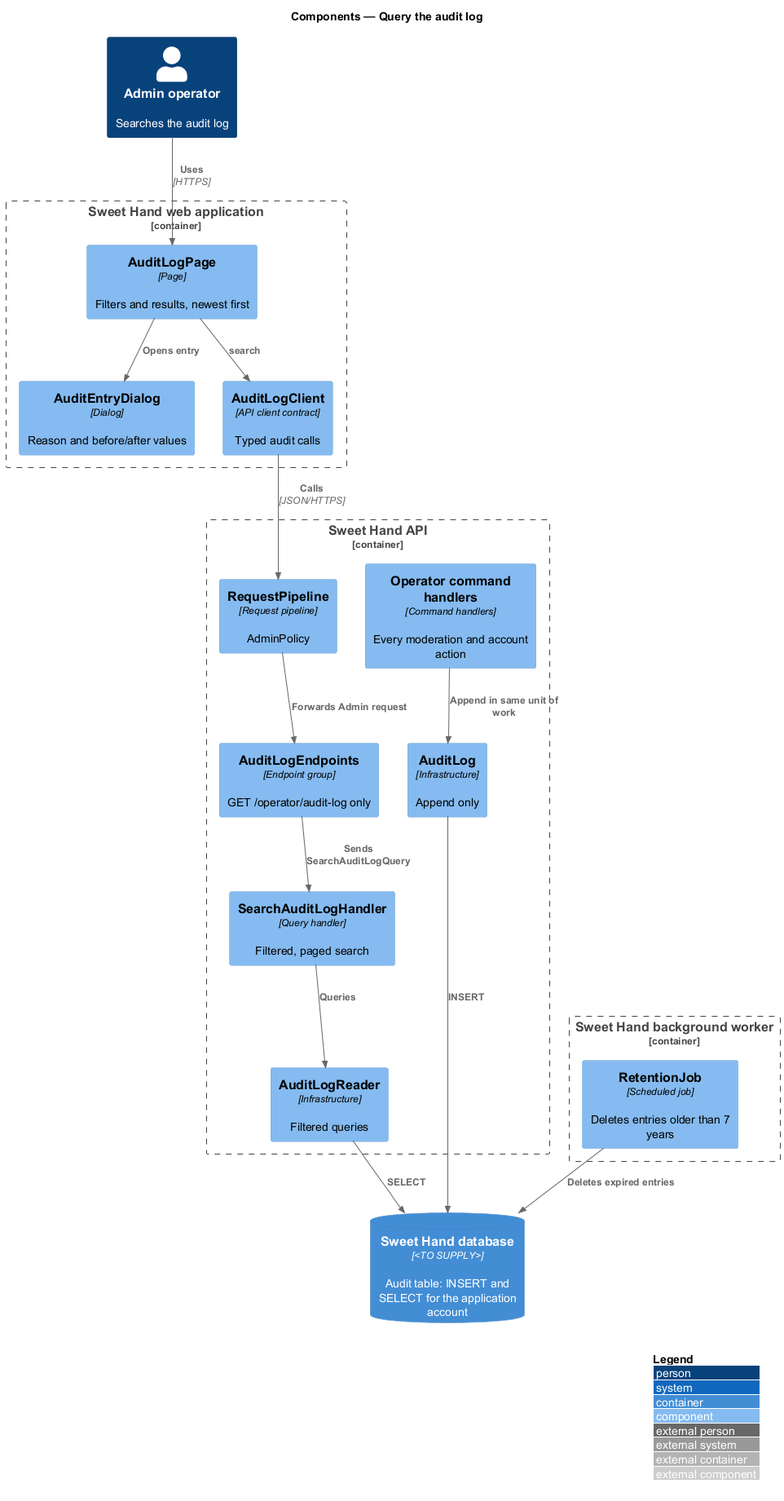
The PlantUML diagram docs/detailed-designs/moderation/query-audit-log/diagrams/c4-component.png in QuinntyneBrown/sweet-hand, before a commit. Its diagram source:
```plantuml
@startuml
!include <C4/C4_Component>
LAYOUT_WITH_LEGEND()
title Components — Query the audit log

Person(admin, "Admin operator", "Searches the audit log")
Container_Boundary(web, "Sweet Hand web application") {
  Component(page, "AuditLogPage", "Page", "Filters and results, newest first")
  Component(dialog, "AuditEntryDialog", "Dialog", "Reason and before/after values")
  Component(client, "AuditLogClient", "API client contract", "Typed audit calls")
}
Container_Boundary(api, "Sweet Hand API") {
  Component(pipeline, "RequestPipeline", "Request pipeline", "AdminPolicy")
  Component(endpoints, "AuditLogEndpoints", "Endpoint group", "GET /operator/audit-log only")
  Component(searchH, "SearchAuditLogHandler", "Query handler", "Filtered, paged search")
  Component(opHandlers, "Operator command handlers", "Command handlers", "Every moderation and account action")
  Component(writer, "AuditLog", "Infrastructure", "Append only")
  Component(reader, "AuditLogReader", "Infrastructure", "Filtered queries")
}
Container_Boundary(worker, "Sweet Hand background worker") {
  Component(retention, "RetentionJob", "Scheduled job", "Deletes entries older than 7 years")
}
ContainerDb(db, "Sweet Hand database", "<TO SUPPLY>", "Audit table: INSERT and SELECT for the application account")

Rel(admin, page, "Uses", "HTTPS")
Rel(page, dialog, "Opens entry")
Rel(page, client, "search")
Rel(client, pipeline, "Calls", "JSON/HTTPS")
Rel(pipeline, endpoints, "Forwards Admin request")
Rel(endpoints, searchH, "Sends SearchAuditLogQuery")
Rel(searchH, reader, "Queries")
Rel(opHandlers, writer, "Append in same unit of work")
Rel(writer, db, "INSERT")
Rel(reader, db, "SELECT")
Rel(retention, db, "Deletes expired entries")
@enduml
```
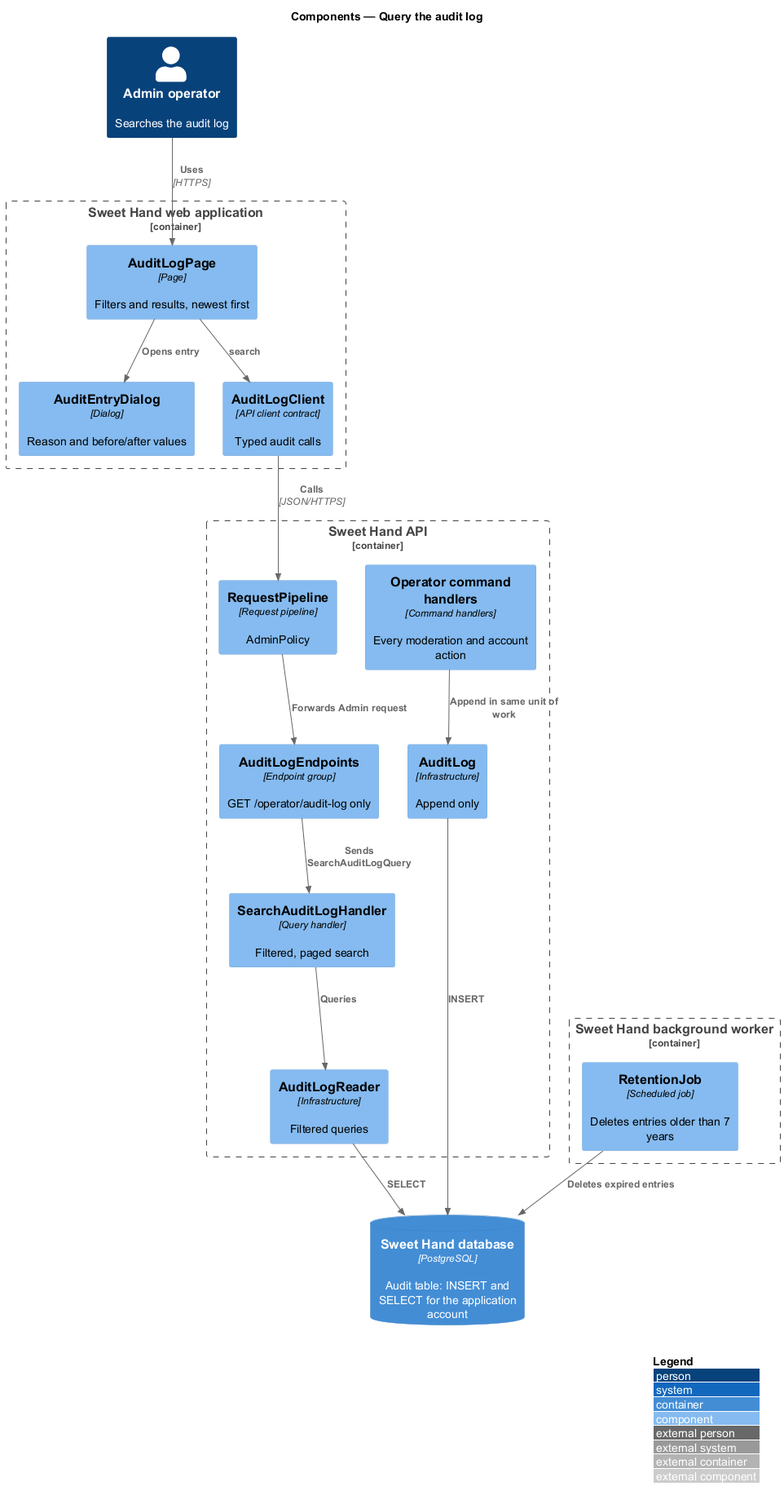
After the change.

What changed in the source:
```diff
@@ -20,7 +20,7 @@
 Container_Boundary(worker, "Sweet Hand background worker") {
   Component(retention, "RetentionJob", "Scheduled job", "Deletes entries older than 7 years")
 }
-ContainerDb(db, "Sweet Hand database", "<TO SUPPLY>", "Audit table: INSERT and SELECT for the application account")
+ContainerDb(db, "Sweet Hand database", "PostgreSQL", "Audit table: INSERT and SELECT for the application account")
 
 Rel(admin, page, "Uses", "HTTPS")
 Rel(page, dialog, "Opens entry")
```
